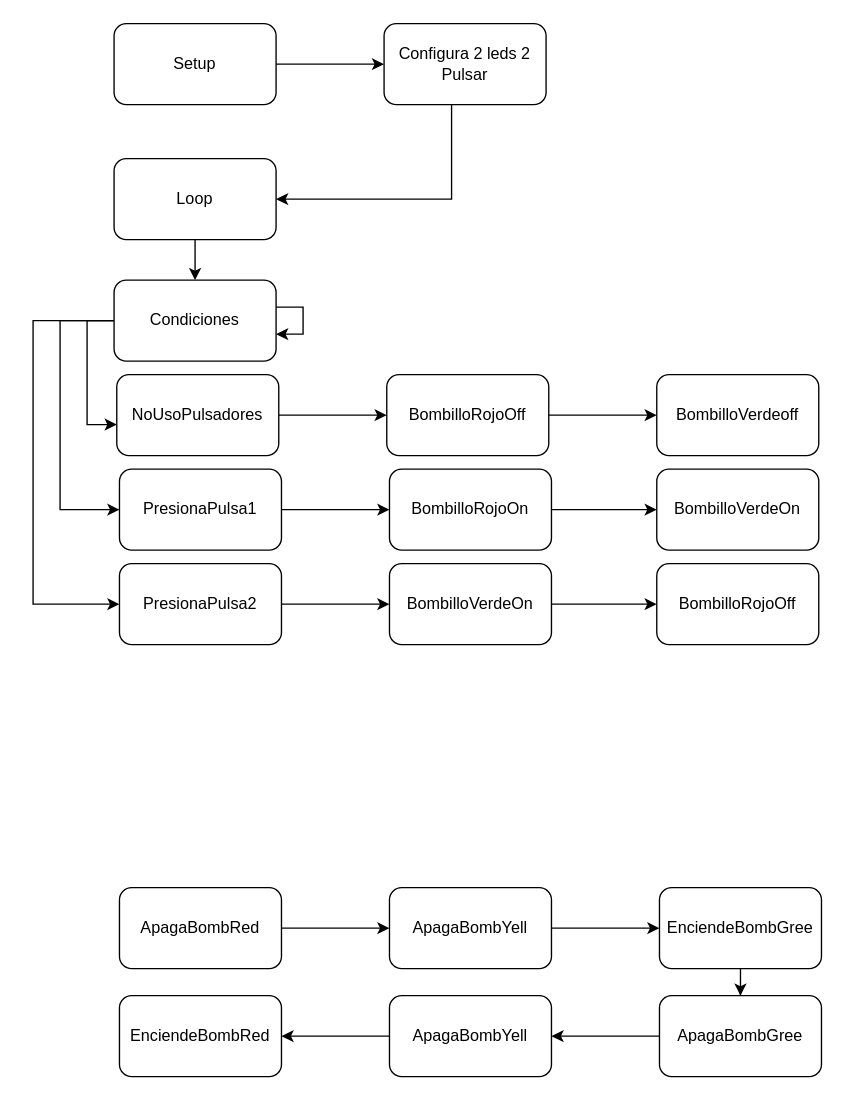
The draw.io diagram 2Led2Pulsar.drawio in Edwinb876/ElectivaIV, before the edit. Source tidied: cells renumbered, new cells numbered last; positions are measured from the earlier drawing's top-left corner, leaving out a move shared by most shapes. Both pictures are drawn from the tidied source at 135%, with x=0, y=0 at pixel (32, 23).
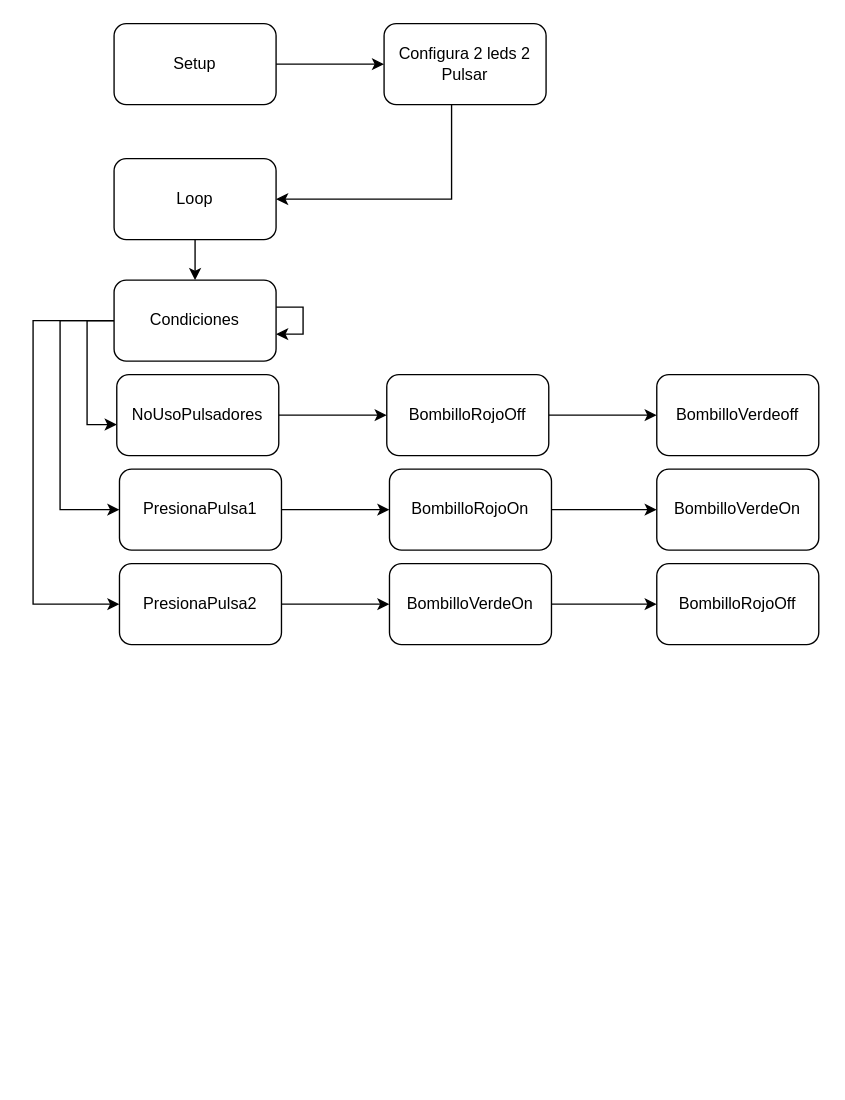
After the change.

Change to the diagram source:
```diff
@@
-    <mxCell id="26" style="edgeStyle=orthogonalEdgeStyle;rounded=0;jettySize=auto;html=1;" parent="1" edge="1" source="27" target="29">
-      <mxGeometry relative="1" as="geometry" />
-    </mxCell>
-    <mxCell id="27" value="ApagaBombRed" style="whiteSpace=wrap;html=1;rounded=1;" parent="1" vertex="1">
-      <mxGeometry x="64" y="640" width="120" height="60" as="geometry" />
-    </mxCell>
-    <mxCell id="28" style="edgeStyle=orthogonalEdgeStyle;rounded=0;jettySize=auto;html=1;" parent="1" edge="1" source="29" target="31">
-      <mxGeometry relative="1" as="geometry" />
-    </mxCell>
-    <mxCell id="29" value="ApagaBombYell" style="whiteSpace=wrap;html=1;rounded=1;" parent="1" vertex="1">
-      <mxGeometry x="264" y="640" width="120" height="60" as="geometry" />
-    </mxCell>
-    <mxCell id="30" style="edgeStyle=orthogonalEdgeStyle;rounded=0;jettySize=auto;html=1;" parent="1" edge="1" source="31" target="36">
-      <mxGeometry relative="1" as="geometry" />
-    </mxCell>
-    <mxCell id="31" value="EnciendeBombGree" style="whiteSpace=wrap;html=1;rounded=1;" parent="1" vertex="1">
-      <mxGeometry x="464" y="640" width="120" height="60" as="geometry" />
-    </mxCell>
-    <mxCell id="32" style="edgeStyle=orthogonalEdgeStyle;rounded=0;jettySize=auto;html=1;" parent="1" edge="1" source="35" target="33">
-      <mxGeometry relative="1" as="geometry" />
-    </mxCell>
-    <mxCell id="33" value="EnciendeBombRed" style="whiteSpace=wrap;html=1;rounded=1;" parent="1" vertex="1">
-      <mxGeometry x="64" y="720" width="120" height="60" as="geometry" />
-    </mxCell>
-    <mxCell id="34" style="edgeStyle=orthogonalEdgeStyle;rounded=0;jettySize=auto;html=1;" parent="1" edge="1" source="36" target="35">
-      <mxGeometry relative="1" as="geometry" />
-    </mxCell>
-    <mxCell id="35" value="ApagaBombYell" style="whiteSpace=wrap;html=1;rounded=1;" parent="1" vertex="1">
-      <mxGeometry x="264" y="720" width="120" height="60" as="geometry" />
-    </mxCell>
-    <mxCell id="36" value="ApagaBombGree" style="whiteSpace=wrap;html=1;rounded=1;" parent="1" vertex="1">
-      <mxGeometry x="464" y="720" width="120" height="60" as="geometry" />
-    </mxCell>
```
